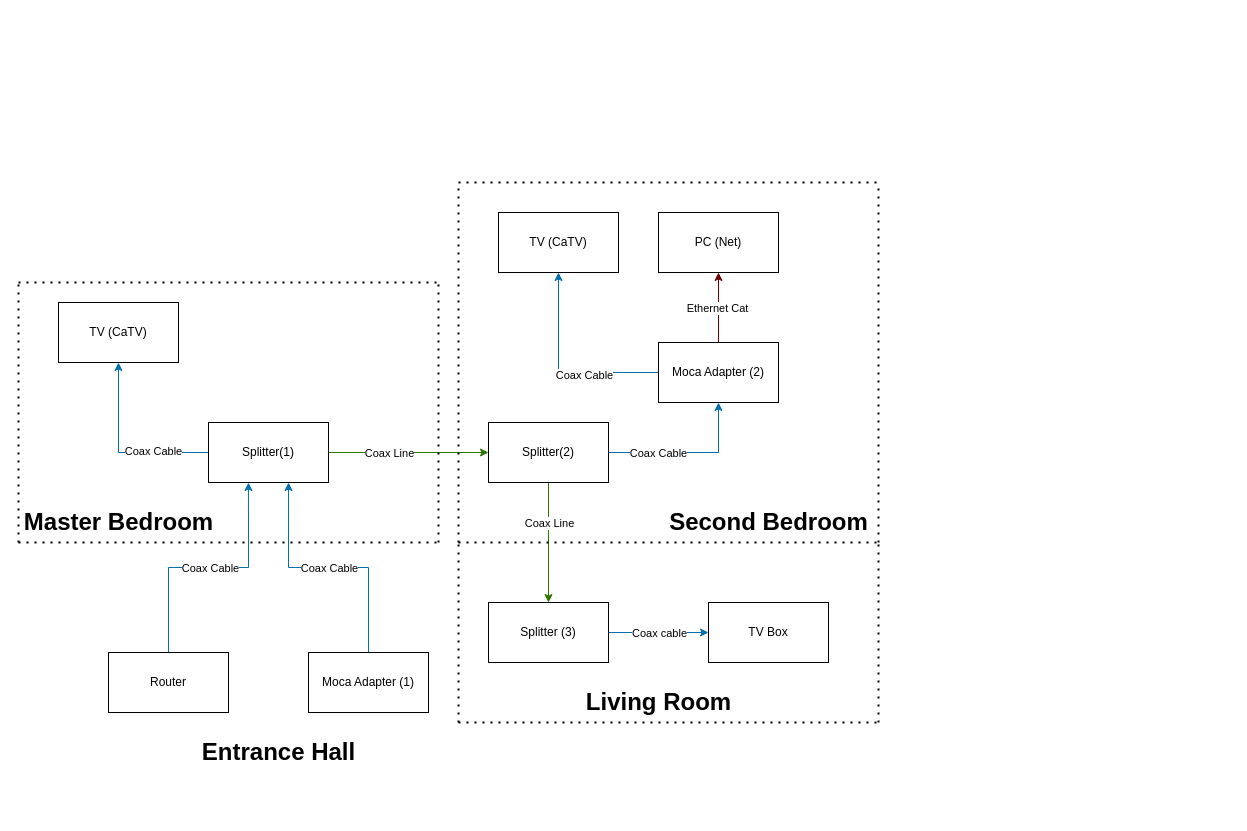
The draw.io diagram Coax Ethernet Network.drawio in VoidTallica/HouseProjects, before the edit. Source tidied: cells renumbered, new cells numbered last; positions are measured from the earlier drawing's top-left corner, leaving out a move shared by most shapes. Both pictures are drawn from the tidied source at 100%, with x=0, y=0 at pixel (18, 182).
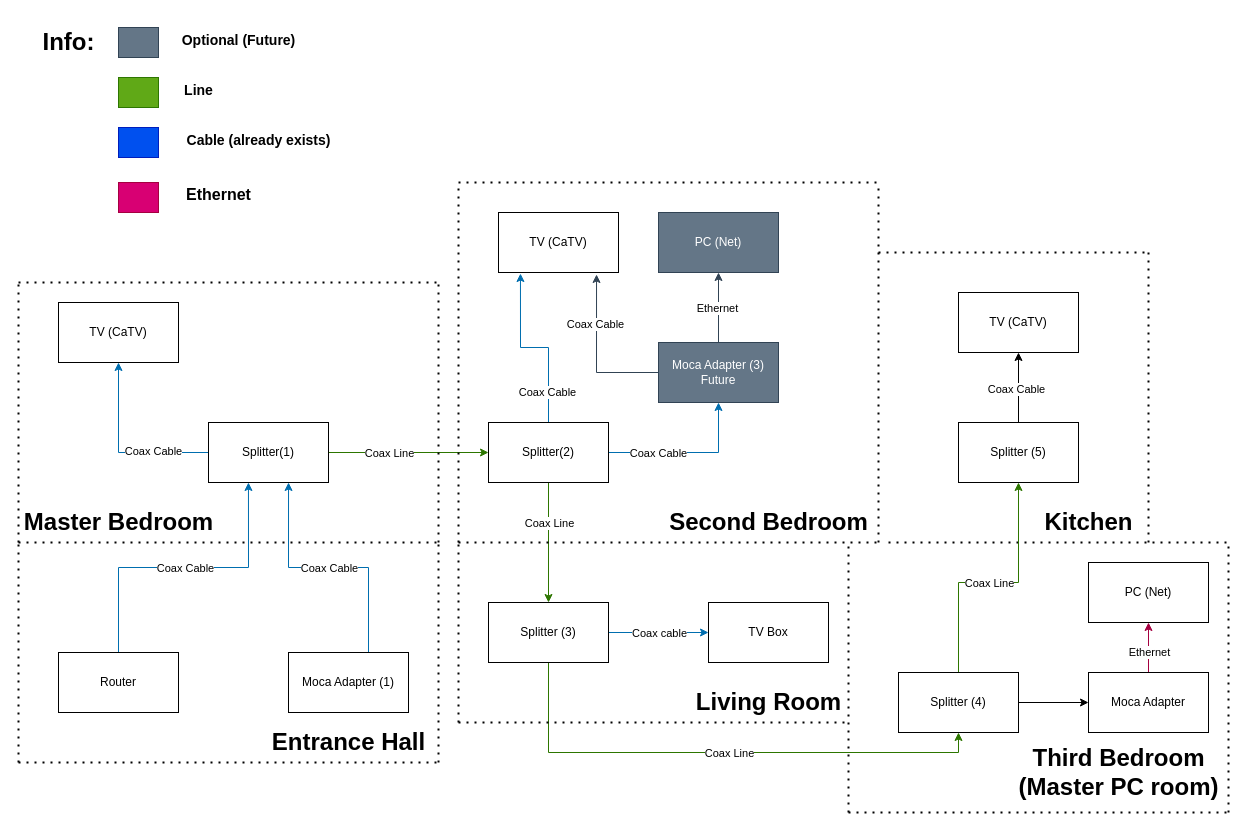
Above is the later version.

Unchanged cells that the change refers to:
```xml
<mxCell id="16" value="TV (CaTV)" style="rounded=0;whiteSpace=wrap;html=1;" parent="1" vertex="1">
  <mxGeometry x="480" y="30" width="120" height="60" as="geometry" />
</mxCell>
<mxCell id="27" value="Splitter(2)" style="rounded=0;whiteSpace=wrap;html=1;" parent="1" vertex="1">
  <mxGeometry x="470" y="240" width="120" height="60" as="geometry" />
</mxCell>
<mxCell id="37" value="Splitter (3)" style="rounded=0;whiteSpace=wrap;html=1;" parent="1" vertex="1">
  <mxGeometry x="470" y="420" width="120" height="60" as="geometry" />
</mxCell>
```

Diff of the diagram source:
```diff
@@
     <mxCell id="4" value="Router" style="rounded=0;whiteSpace=wrap;html=1;" parent="1" vertex="1">
-      <mxGeometry x="90" y="470" width="120" height="60" as="geometry" />
+      <mxGeometry x="40" y="470" width="120" height="60" as="geometry" />
     </mxCell>
@@
     <mxCell id="12" value="Moca Adapter (1)" style="rounded=0;whiteSpace=wrap;html=1;" parent="1" vertex="1">
-      <mxGeometry x="290" y="470" width="120" height="60" as="geometry" />
+      <mxGeometry x="270" y="470" width="120" height="60" as="geometry" />
     </mxCell>
     <mxCell id="13" value="Entrance Hall" style="text;strokeColor=none;fillColor=none;html=1;fontSize=24;fontStyle=1;verticalAlign=middle;align=center;" parent="1" vertex="1">
-      <mxGeometry x="210" y="550" width="100" height="40" as="geometry" />
+      <mxGeometry x="280" y="540" width="100" height="40" as="geometry" />
     </mxCell>
@@
-    <mxCell id="17" style="edgeStyle=orthogonalEdgeStyle;rounded=0;jettySize=auto;html=1;entryX=0.5;entryY=1;entryDx=0;entryDy=0;fillColor=#1ba1e2;strokeColor=#006EAF;" parent="1" edge="1" source="21" target="16">
-      <mxGeometry relative="1" as="geometry" />
-    </mxCell>
-    <mxCell id="18" value="Coax Cable" style="edgeLabel;html=1;align=center;verticalAlign=middle;" parent="17" vertex="1">
-      <mxGeometry x="-0.25" y="2" relative="1" as="geometry" />
-    </mxCell>
-    <mxCell id="19" style="edgeStyle=orthogonalEdgeStyle;rounded=0;jettySize=auto;html=1;exitX=0.5;exitY=0;exitDx=0;exitDy=0;entryX=0.5;entryY=1;entryDx=0;entryDy=0;fillColor=#a20025;strokeColor=#6F0000;" parent="1" edge="1" source="21" target="22">
+    <mxCell id="19" style="edgeStyle=orthogonalEdgeStyle;rounded=0;jettySize=auto;html=1;exitX=0.5;exitY=0;exitDx=0;exitDy=0;entryX=0.5;entryY=1;entryDx=0;entryDy=0;fillColor=#647687;strokeColor=#314354;" parent="1" edge="1" source="21" target="22">
       <mxGeometry relative="1" as="geometry" />
     </mxCell>
-    <mxCell id="20" value="Ethernet Cat" style="edgeLabel;html=1;align=center;verticalAlign=middle;" parent="19" vertex="1">
+    <mxCell id="20" value="Ethernet" style="edgeLabel;html=1;align=center;verticalAlign=middle;" parent="19" vertex="1">
       <mxGeometry y="2" relative="1" as="geometry" />
     </mxCell>
+    <mxCell id="17" style="edgeStyle=orthogonalEdgeStyle;rounded=0;jettySize=auto;html=1;exitX=0;exitY=0.5;exitDx=0;exitDy=0;entryX=0.817;entryY=1.033;entryDx=0;entryDy=0;entryPerimeter=0;fillColor=#647687;strokeColor=#314354;" parent="1" edge="1" source="21" target="16">
+      <mxGeometry relative="1" as="geometry" />
+    </mxCell>
+    <mxCell id="45" value="Coax Cable" style="edgeLabel;html=1;align=center;verticalAlign=middle;" parent="17" vertex="1">
+      <mxGeometry x="0.37" y="2" relative="1" as="geometry" />
+    </mxCell>
-    <mxCell id="21" value="Moca Adapter (2)" style="rounded=0;whiteSpace=wrap;html=1;" parent="1" vertex="1">
+    <mxCell id="21" value="&lt;div&gt;Moca Adapter (3)&lt;/div&gt;&lt;div&gt;Future&lt;br&gt;&lt;/div&gt;" style="rounded=0;whiteSpace=wrap;html=1;fillColor=#647687;strokeColor=#314354;fontColor=#ffffff;" parent="1" vertex="1">
       <mxGeometry x="640" y="160" width="120" height="60" as="geometry" />
     </mxCell>
-    <mxCell id="22" value="PC (Net)" style="rounded=0;whiteSpace=wrap;html=1;" parent="1" vertex="1">
+    <mxCell id="22" value="PC (Net)" style="rounded=0;whiteSpace=wrap;html=1;fillColor=#647687;strokeColor=#314354;fontColor=#ffffff;" parent="1" vertex="1">
       <mxGeometry x="640" y="30" width="120" height="60" as="geometry" />
     </mxCell>
@@
+    <mxCell id="46" style="edgeStyle=orthogonalEdgeStyle;rounded=0;jettySize=auto;html=1;entryX=0.183;entryY=1.017;entryDx=0;entryDy=0;entryPerimeter=0;fillColor=#1ba1e2;strokeColor=#006EAF;" parent="1" edge="1" source="27" target="16">
+      <mxGeometry relative="1" as="geometry" />
+    </mxCell>
+    <mxCell id="47" value="Coax Cable" style="edgeLabel;html=1;align=center;verticalAlign=middle;" parent="46" vertex="1">
+      <mxGeometry x="-0.65" y="2" relative="1" as="geometry" />
+    </mxCell>
@@
+    <mxCell id="48" style="edgeStyle=orthogonalEdgeStyle;rounded=0;jettySize=auto;html=1;entryX=0.5;entryY=1;entryDx=0;entryDy=0;fillColor=#60a917;strokeColor=#2D7600;" parent="1" edge="1" source="37" target="64">
+      <mxGeometry relative="1" as="geometry">
+        <Array as="points">
+          <mxPoint x="530" y="570" />
+          <mxPoint x="940" y="570" />
+        </Array>
+      </mxGeometry>
+    </mxCell>
+    <mxCell id="49" value="Coax Line" style="edgeLabel;html=1;align=center;verticalAlign=middle;" parent="48" vertex="1">
+      <mxGeometry x="0.04" relative="1" as="geometry" />
+    </mxCell>
@@
     <mxCell id="39" value="Living Room" style="text;strokeColor=none;fillColor=none;html=1;fontSize=24;fontStyle=1;verticalAlign=middle;align=center;" parent="1" vertex="1">
-      <mxGeometry x="590" y="500" width="100" height="40" as="geometry" />
+      <mxGeometry x="700" y="500" width="100" height="40" as="geometry" />
     </mxCell>
@@
     <mxCell id="41" style="endArrow=none;dashed=1;html=1;dashPattern=1 3;strokeWidth=2;rounded=0;" parent="1" edge="1">
       <mxGeometry relative="1" as="geometry">
         <mxPoint x="440" y="540" as="sourcePoint" />
-        <mxPoint x="860" y="540" as="targetPoint" />
+        <mxPoint x="830" y="540" as="targetPoint" />
       </mxGeometry>
     </mxCell>
     <mxCell id="42" style="endArrow=none;dashed=1;html=1;dashPattern=1 3;strokeWidth=2;rounded=0;" parent="1" edge="1">
       <mxGeometry relative="1" as="geometry">
-        <mxPoint x="860" y="540" as="sourcePoint" />
-        <mxPoint x="860" y="360" as="targetPoint" />
+        <mxPoint x="830" y="630" as="sourcePoint" />
+        <mxPoint x="830" y="360" as="targetPoint" />
       </mxGeometry>
     </mxCell>
@@
+    <mxCell id="50" style="endArrow=none;dashed=1;html=1;dashPattern=1 3;strokeWidth=2;rounded=0;" parent="1" edge="1">
+      <mxGeometry relative="1" as="geometry">
+        <mxPoint y="580" as="sourcePoint" />
+        <mxPoint y="360" as="targetPoint" />
+      </mxGeometry>
+    </mxCell>
+    <mxCell id="51" style="endArrow=none;dashed=1;html=1;dashPattern=1 3;strokeWidth=2;rounded=0;" parent="1" edge="1">
+      <mxGeometry relative="1" as="geometry">
+        <mxPoint y="580" as="sourcePoint" />
+        <mxPoint x="420" y="580" as="targetPoint" />
+      </mxGeometry>
+    </mxCell>
+    <mxCell id="52" style="endArrow=none;dashed=1;html=1;dashPattern=1 3;strokeWidth=2;rounded=0;" parent="1" edge="1">
+      <mxGeometry relative="1" as="geometry">
+        <mxPoint x="420" y="580" as="sourcePoint" />
+        <mxPoint x="420" y="360" as="targetPoint" />
+      </mxGeometry>
+    </mxCell>
+    <mxCell id="53" value="TV (CaTV)" style="rounded=0;whiteSpace=wrap;html=1;" parent="1" vertex="1">
+      <mxGeometry x="940" y="110" width="120" height="60" as="geometry" />
+    </mxCell>
+    <mxCell id="54" style="edgeStyle=orthogonalEdgeStyle;rounded=0;jettySize=auto;html=1;entryX=0.5;entryY=1;entryDx=0;entryDy=0;" parent="1" edge="1" source="56" target="53">
+      <mxGeometry relative="1" as="geometry" />
+    </mxCell>
+    <mxCell id="55" value="Coax Cable" style="edgeLabel;html=1;align=center;verticalAlign=middle;" parent="54" vertex="1">
+      <mxGeometry x="-0.03" y="3" relative="1" as="geometry" />
+    </mxCell>
+    <mxCell id="56" value="Splitter (5)" style="rounded=0;whiteSpace=wrap;html=1;" parent="1" vertex="1">
+      <mxGeometry x="940" y="240" width="120" height="60" as="geometry" />
+    </mxCell>
+    <mxCell id="57" value="Kitchen" style="text;strokeColor=none;fillColor=none;html=1;fontSize=24;fontStyle=1;verticalAlign=middle;align=center;" parent="1" vertex="1">
+      <mxGeometry x="1020" y="320" width="100" height="40" as="geometry" />
+    </mxCell>
+    <mxCell id="58" style="endArrow=none;dashed=1;html=1;dashPattern=1 3;strokeWidth=2;rounded=0;" parent="1" edge="1">
+      <mxGeometry relative="1" as="geometry">
+        <mxPoint x="870" y="360" as="sourcePoint" />
+        <mxPoint x="1210" y="360" as="targetPoint" />
+      </mxGeometry>
+    </mxCell>
+    <mxCell id="59" style="endArrow=none;dashed=1;html=1;dashPattern=1 3;strokeWidth=2;rounded=0;" parent="1" edge="1">
+      <mxGeometry relative="1" as="geometry">
+        <mxPoint x="1130" y="360" as="sourcePoint" />
+        <mxPoint x="1130" y="70" as="targetPoint" />
+      </mxGeometry>
+    </mxCell>
+    <mxCell id="60" style="endArrow=none;dashed=1;html=1;dashPattern=1 3;strokeWidth=2;rounded=0;" parent="1" edge="1">
+      <mxGeometry relative="1" as="geometry">
+        <mxPoint x="860" y="70" as="sourcePoint" />
+        <mxPoint x="1130" y="70" as="targetPoint" />
+      </mxGeometry>
+    </mxCell>
+    <mxCell id="61" style="edgeStyle=orthogonalEdgeStyle;rounded=0;jettySize=auto;html=1;entryX=0;entryY=0.5;entryDx=0;entryDy=0;" parent="1" edge="1" source="64" target="68">
+      <mxGeometry relative="1" as="geometry" />
+    </mxCell>
+    <mxCell id="62" style="edgeStyle=orthogonalEdgeStyle;rounded=0;jettySize=auto;html=1;entryX=0.5;entryY=1;entryDx=0;entryDy=0;fillColor=#60a917;strokeColor=#2D7600;" parent="1" edge="1" source="64" target="56">
+      <mxGeometry relative="1" as="geometry">
+        <Array as="points">
+          <mxPoint x="940" y="400" />
+          <mxPoint x="1000" y="400" />
+        </Array>
+      </mxGeometry>
+    </mxCell>
+    <mxCell id="63" value="Coax Line" style="edgeLabel;html=1;align=center;verticalAlign=middle;" parent="62" vertex="1">
+      <mxGeometry x="-0.02" y="-2" relative="1" as="geometry">
+        <mxPoint x="-3" y="-2" as="offset" />
+      </mxGeometry>
+    </mxCell>
+    <mxCell id="64" value="Splitter (4)" style="rounded=0;whiteSpace=wrap;html=1;" parent="1" vertex="1">
+      <mxGeometry x="880" y="490" width="120" height="60" as="geometry" />
+    </mxCell>
+    <mxCell id="65" value="PC (Net)" style="rounded=0;whiteSpace=wrap;html=1;" parent="1" vertex="1">
+      <mxGeometry x="1070" y="380" width="120" height="60" as="geometry" />
+    </mxCell>
+    <mxCell id="66" style="edgeStyle=orthogonalEdgeStyle;rounded=0;jettySize=auto;html=1;entryX=0.5;entryY=1;entryDx=0;entryDy=0;fillColor=#d80073;strokeColor=#A50040;" parent="1" edge="1" source="68" target="65">
+      <mxGeometry relative="1" as="geometry" />
+    </mxCell>
+    <mxCell id="67" value="Ethernet" style="edgeLabel;html=1;align=center;verticalAlign=middle;" parent="66" vertex="1">
+      <mxGeometry x="-0.16" y="-1" relative="1" as="geometry">
+        <mxPoint x="-1" as="offset" />
+      </mxGeometry>
+    </mxCell>
+    <mxCell id="68" value="Moca Adapter" style="rounded=0;whiteSpace=wrap;html=1;" parent="1" vertex="1">
+      <mxGeometry x="1070" y="490" width="120" height="60" as="geometry" />
+    </mxCell>
+    <mxCell id="69" style="rounded=0;whiteSpace=wrap;html=1;fillColor=#647687;fontColor=#ffffff;strokeColor=#314354;" parent="1" vertex="1">
+      <mxGeometry x="100" y="-155" width="40" height="30" as="geometry" />
+    </mxCell>
+    <mxCell id="70" value="Info:" style="text;strokeColor=none;fillColor=none;html=1;fontSize=24;fontStyle=1;verticalAlign=middle;align=center;" parent="1" vertex="1">
+      <mxGeometry y="-160" width="100" height="40" as="geometry" />
+    </mxCell>
+    <mxCell id="71" value="&lt;font style=&quot;font-size: 14px;&quot;&gt;Optional (Future)&lt;/font&gt;" style="text;strokeColor=none;fillColor=none;html=1;fontSize=24;fontStyle=1;verticalAlign=middle;align=center;" parent="1" vertex="1">
+      <mxGeometry x="170" y="-165" width="100" height="40" as="geometry" />
+    </mxCell>
+    <mxCell id="72" style="rounded=0;whiteSpace=wrap;html=1;fillColor=#60a917;fontColor=#ffffff;strokeColor=#2D7600;" parent="1" vertex="1">
+      <mxGeometry x="100" y="-105" width="40" height="30" as="geometry" />
+    </mxCell>
+    <mxCell id="73" style="rounded=0;whiteSpace=wrap;html=1;fillColor=#0050ef;fontColor=#ffffff;strokeColor=#001DBC;" parent="1" vertex="1">
+      <mxGeometry x="100" y="-55" width="40" height="30" as="geometry" />
+    </mxCell>
+    <mxCell id="74" value="&lt;font style=&quot;font-size: 14px;&quot;&gt;Line&lt;/font&gt;" style="text;strokeColor=none;fillColor=none;html=1;fontSize=24;fontStyle=1;verticalAlign=middle;align=center;" parent="1" vertex="1">
+      <mxGeometry x="130" y="-115" width="100" height="40" as="geometry" />
+    </mxCell>
+    <mxCell id="75" value="&lt;font style=&quot;font-size: 14px;&quot;&gt;Cable (already exists)&lt;br&gt;&lt;/font&gt;" style="text;strokeColor=none;fillColor=none;html=1;fontSize=24;fontStyle=1;verticalAlign=middle;align=center;" parent="1" vertex="1">
+      <mxGeometry x="190" y="-65" width="100" height="40" as="geometry" />
+    </mxCell>
+    <mxCell id="76" style="rounded=0;whiteSpace=wrap;html=1;fillColor=#d80073;fontColor=#ffffff;strokeColor=#A50040;" parent="1" vertex="1">
+      <mxGeometry x="100" width="40" height="30" as="geometry" />
+    </mxCell>
+    <mxCell id="77" value="&lt;font size=&quot;3&quot;&gt;Ethernet&lt;/font&gt;" style="text;strokeColor=none;fillColor=none;html=1;fontSize=24;fontStyle=1;verticalAlign=middle;align=center;" parent="1" vertex="1">
+      <mxGeometry x="150" y="-10" width="100" height="40" as="geometry" />
+    </mxCell>
+    <mxCell id="78" value="&lt;div&gt;Third Bedroom &lt;br&gt;&lt;/div&gt;&lt;div&gt;(Master PC room)&lt;/div&gt;" style="text;strokeColor=none;fillColor=none;html=1;fontSize=24;fontStyle=1;verticalAlign=middle;align=center;" parent="1" vertex="1">
+      <mxGeometry x="1050" y="570" width="100" height="40" as="geometry" />
+    </mxCell>
+    <mxCell id="79" style="endArrow=none;dashed=1;html=1;dashPattern=1 3;strokeWidth=2;rounded=0;" parent="1" edge="1">
+      <mxGeometry relative="1" as="geometry">
+        <mxPoint x="830" y="630" as="sourcePoint" />
+        <mxPoint x="1210" y="630" as="targetPoint" />
+      </mxGeometry>
+    </mxCell>
+    <mxCell id="80" style="endArrow=none;dashed=1;html=1;dashPattern=1 3;strokeWidth=2;rounded=0;" parent="1" edge="1">
+      <mxGeometry relative="1" as="geometry">
+        <mxPoint x="1210" y="630" as="sourcePoint" />
+        <mxPoint x="1210" y="360" as="targetPoint" />
+      </mxGeometry>
+    </mxCell>
```
